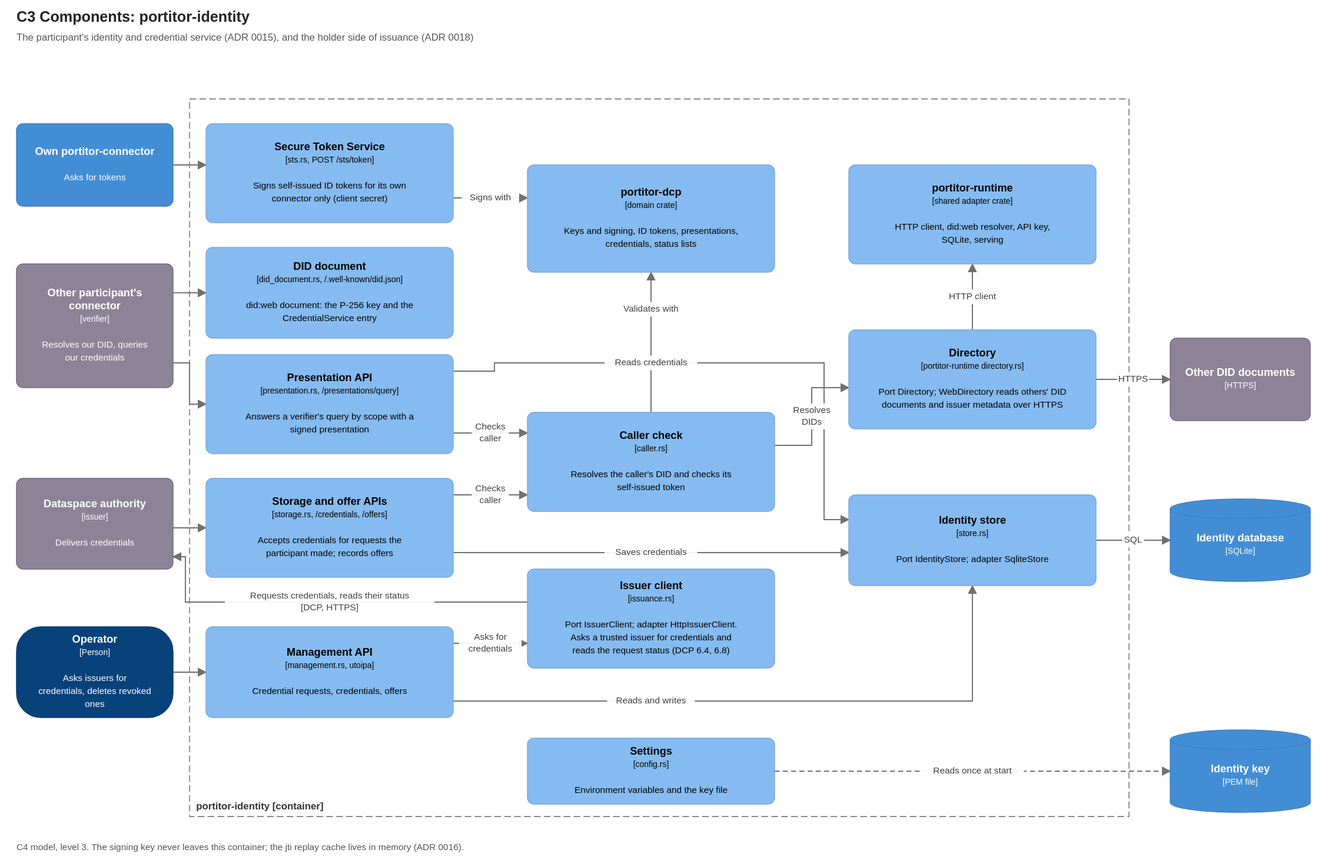
Earlier version of the draw.io export docs/diagrams/c3-identity-components.drawio.svg (brunopacheco1/ldsc). Source tidied: cells renumbered, new cells last; positions are measured from the earlier drawing's top-left corner, leaving out a move shared by most shapes.
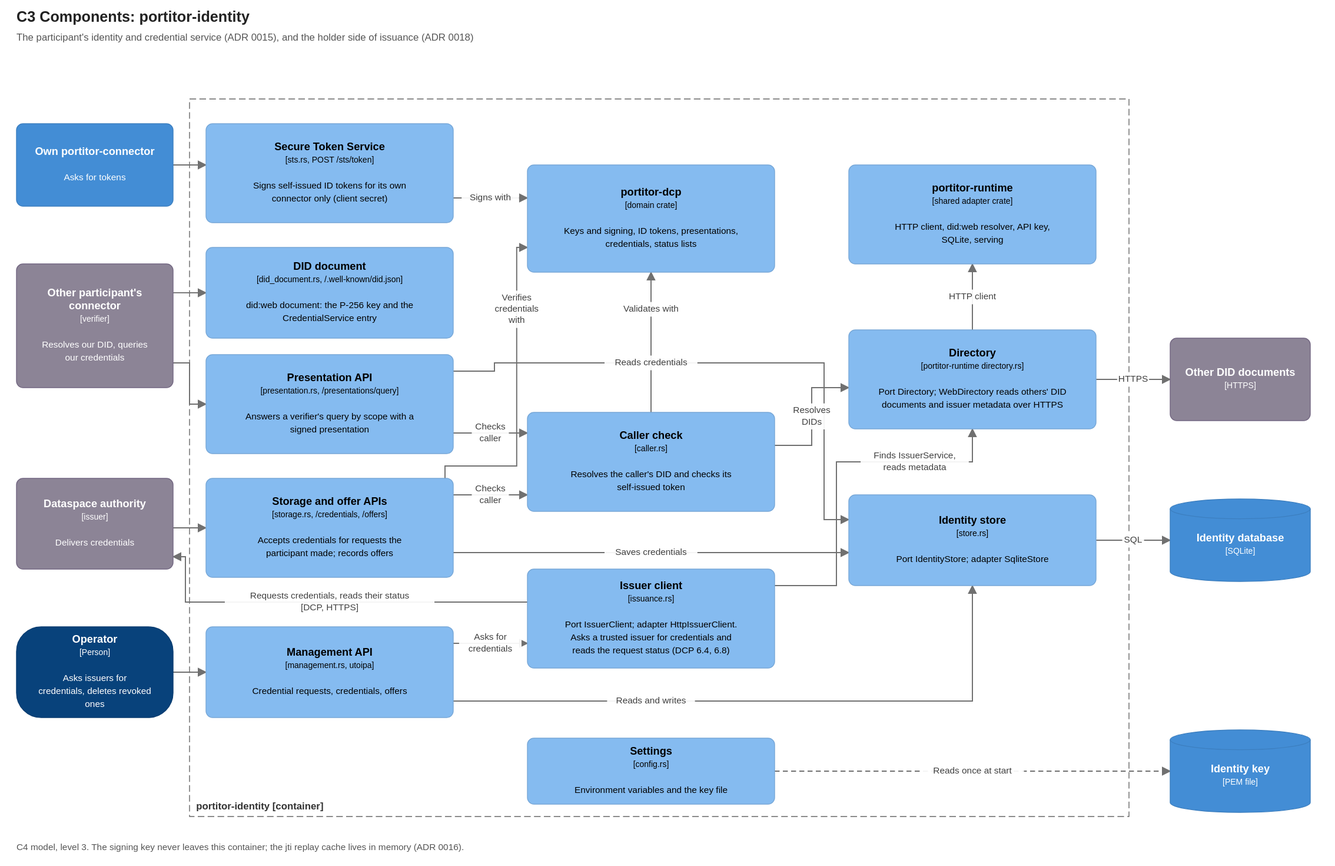
The same diagram one commit later.

Diff of the diagram source:
```diff
@@ -148,5 +148,23 @@
         </Array>
       </mxGeometry>
     </mxCell>
+    <mxCell id="42" value="Finds IssuerService, reads metadata" style="endArrow=blockThin;endFill=1;html=1;rounded=0;strokeColor=#707070;fontSize=11;fontColor=#404040;labelBackgroundColor=#FFFFFF;exitX=1.000;exitY=0.167;exitPerimeter=0;entryX=0.500;entryY=1.000;entryPerimeter=0;" parent="1" edge="1" source="37" target="16">
+      <mxGeometry relative="1" as="geometry">
+        <Array as="points">
+          <mxPoint x="995" y="590" />
+          <mxPoint x="995" y="440" />
+          <mxPoint x="1160" y="440" />
+        </Array>
+      </mxGeometry>
+    </mxCell>
+    <mxCell id="43" value="Verifies credentials with" style="endArrow=blockThin;endFill=1;html=1;rounded=0;strokeColor=#707070;fontSize=11;fontColor=#404040;labelBackgroundColor=#FFFFFF;exitX=0.967;exitY=0.000;exitPerimeter=0;entryX=0.000;entryY=0.769;entryPerimeter=0;" parent="1" edge="1" source="10" target="12">
+      <mxGeometry relative="1" as="geometry">
+        <Array as="points">
+          <mxPoint x="520" y="445" />
+          <mxPoint x="607" y="445" />
+          <mxPoint x="607" y="180" />
+        </Array>
+      </mxGeometry>
+    </mxCell>
   </root>
 </mxGraphModel>
```
